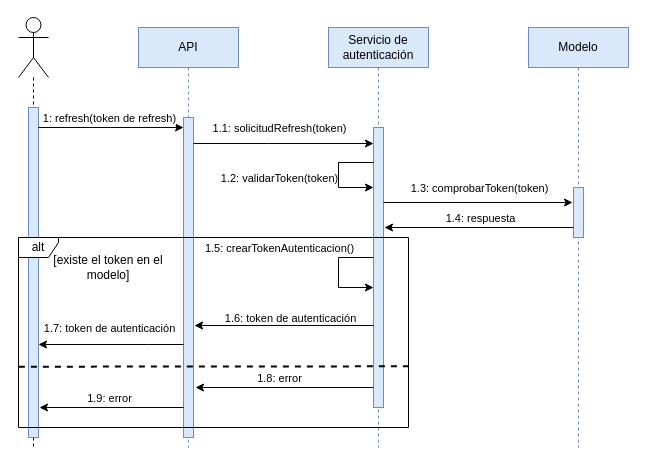
Earlier version of the draw.io diagram diseno/sistema/DS/refresh.drawio (corderop/TFG). Source tidied: cells renumbered, new cells numbered last; positions are measured from the earlier drawing's top-left corner, leaving out a move shared by most shapes. Both pictures are drawn from the tidied source at 100%, with x=0, y=0 at pixel (18, 17).
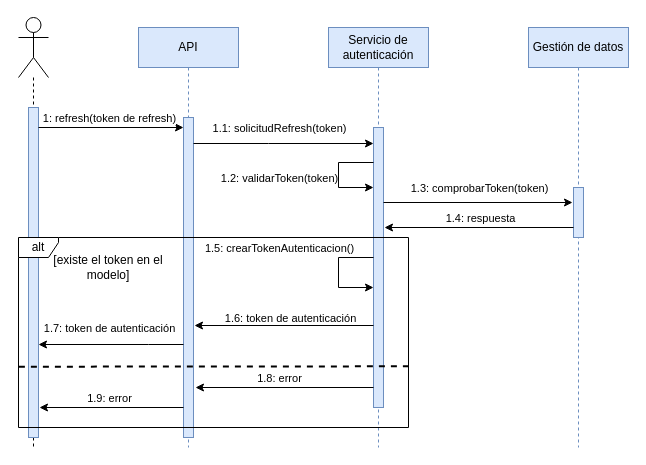
Above is the later version.

Diff of the diagram source:
```diff
@@
-    <mxCell id="12" value="Modelo" style="shape=umlLifeline;perimeter=lifelinePerimeter;whiteSpace=wrap;html=1;fillColor=#dae8fc;strokeColor=#6c8ebf;" parent="1" vertex="1">
+    <mxCell id="12" value="Gestión de datos" style="shape=umlLifeline;perimeter=lifelinePerimeter;whiteSpace=wrap;html=1;fillColor=#dae8fc;strokeColor=#6c8ebf;" parent="1" vertex="1">
       <mxGeometry x="510" y="10" width="100" height="420" as="geometry" />
     </mxCell>
```
